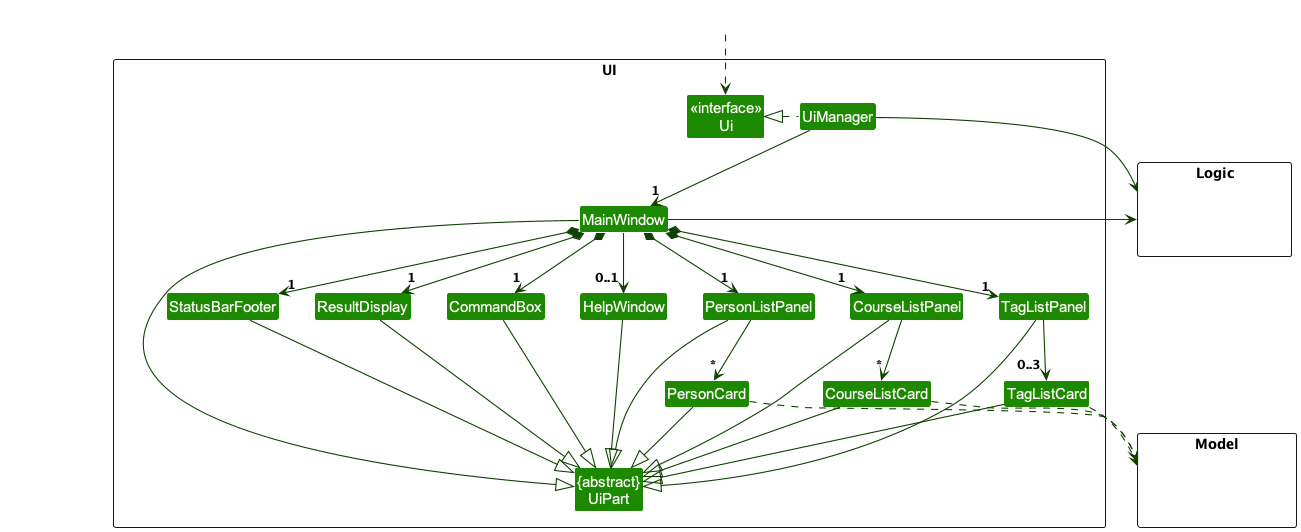
This is docs/images/UiClassDiagram.png from tanteckfang/tp, a PlantUML export, as it was before one commit. The source it was exported from:
```plantuml
@startuml
!include style.puml
skinparam arrowThickness 1.1
skinparam arrowColor UI_COLOR_T4
skinparam classBackgroundColor UI_COLOR

package UI <<Rectangle>>{
Class "<<interface>>\nUi" as Ui
Class "{abstract}\nUiPart" as UiPart
Class UiManager
Class MainWindow
Class HelpWindow
Class ResultDisplay
Class PersonListPanel
Class PersonCard
Class CourseListPanel
Class CourseListCard
Class TagListPanel
Class TagListCard
Class StatusBarFooter
Class CommandBox
}

package Model <<Rectangle>> {
Class HiddenModel #FFFFFF
}

package Logic <<Rectangle>> {
Class HiddenLogic #FFFFFF
}

Class HiddenOutside #FFFFFF
HiddenOutside ..> Ui

UiManager .left.|> Ui
UiManager -down-> "1" MainWindow
MainWindow *-down->  "1" CommandBox
MainWindow *-down-> "1" ResultDisplay
MainWindow *-down-> "1" PersonListPanel
MainWindow *-down-> "1" CourseListPanel
MainWindow *-down-> "1" TagListPanel
MainWindow *-down-> "1" StatusBarFooter
MainWindow --> "0..1" HelpWindow

PersonListPanel -down-> "*" PersonCard
CourseListPanel -down-> "*" CourseListCard
TagListPanel -down-> "0..3" TagListCard

MainWindow -left-|> UiPart

ResultDisplay --|> UiPart
CommandBox --|> UiPart
PersonListPanel --|> UiPart
PersonCard --|> UiPart
CourseListPanel --|> UiPart
CourseListCard --|> UiPart
TagListPanel --|> UiPart
TagListCard --|> UiPart
StatusBarFooter --|> UiPart
HelpWindow --|> UiPart

PersonCard ..> Model
CourseListCard ..> Model
TagListCard ..> Model
UiManager -right-> Logic
MainWindow -left-> Logic

PersonListPanel -[hidden]left- HelpWindow
HelpWindow -[hidden]left- CommandBox
CommandBox -[hidden]left- ResultDisplay
ResultDisplay -[hidden]left- StatusBarFooter

MainWindow -[hidden]-|> UiPart
@enduml
```
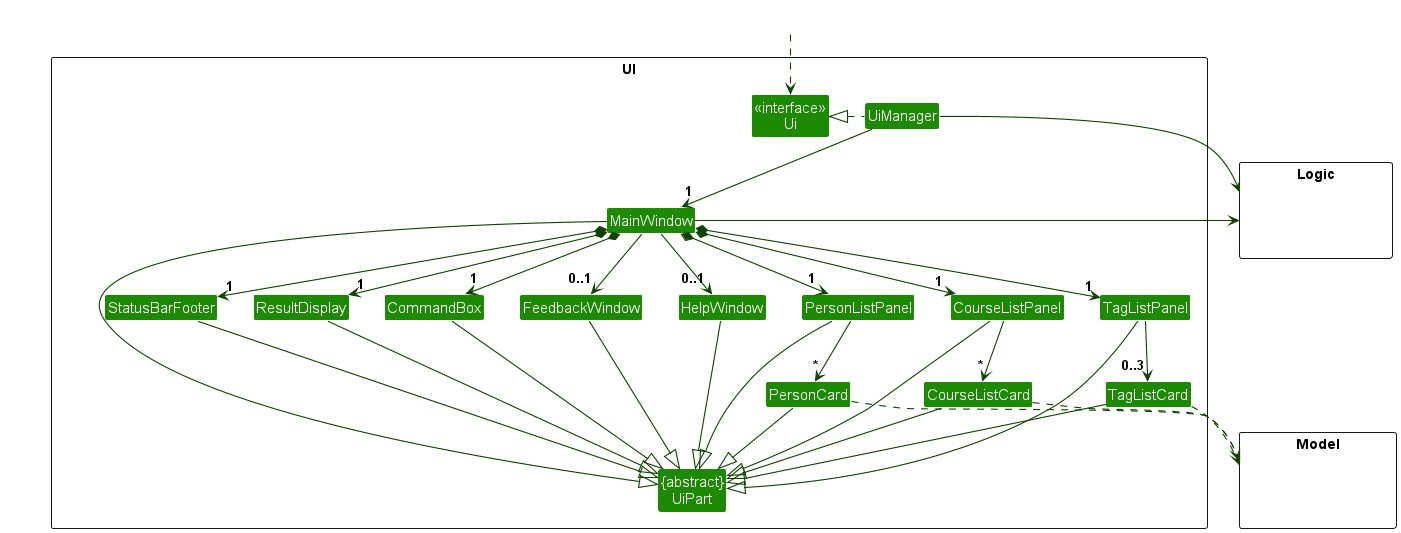
Later version of the same file.

Diff of the diagram source:
```diff
@@ -10,6 +10,7 @@
 Class UiManager
 Class MainWindow
 Class HelpWindow
+Class FeedbackWindow
 Class ResultDisplay
 Class PersonListPanel
 Class PersonCard
@@ -41,6 +42,7 @@
 MainWindow *-down-> "1" TagListPanel
 MainWindow *-down-> "1" StatusBarFooter
 MainWindow --> "0..1" HelpWindow
+MainWindow --> "0..1" FeedbackWindow
 
 PersonListPanel -down-> "*" PersonCard
 CourseListPanel -down-> "*" CourseListCard
@@ -58,6 +60,7 @@
 TagListCard --|> UiPart
 StatusBarFooter --|> UiPart
 HelpWindow --|> UiPart
+FeedbackWindow --|> UiPart
 
 PersonCard ..> Model
 CourseListCard ..> Model
@@ -67,6 +70,7 @@
 
 PersonListPanel -[hidden]left- HelpWindow
 HelpWindow -[hidden]left- CommandBox
+FeedbackWindow -[hidden]left- CommandBox
 CommandBox -[hidden]left- ResultDisplay
 ResultDisplay -[hidden]left- StatusBarFooter
 
```
